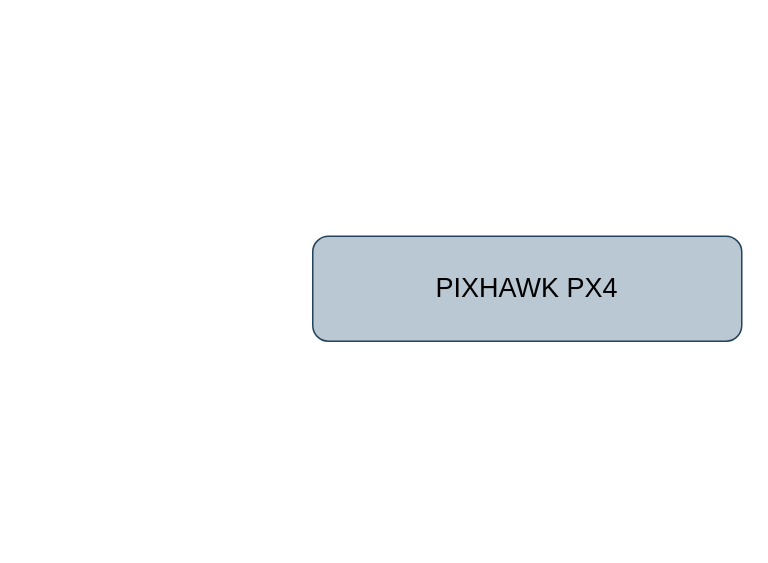
Earlier version of the draw.io diagram Model Satellite Diagrams/Communications-Diagram.drawio (mthaasen/My-Diagrams). Source tidied: cells renumbered, new cells numbered last; positions are measured from the earlier drawing's top-left corner, leaving out a move shared by most shapes. Both pictures are drawn from the tidied source at 150%, with x=0, y=0 at pixel (312, 236).
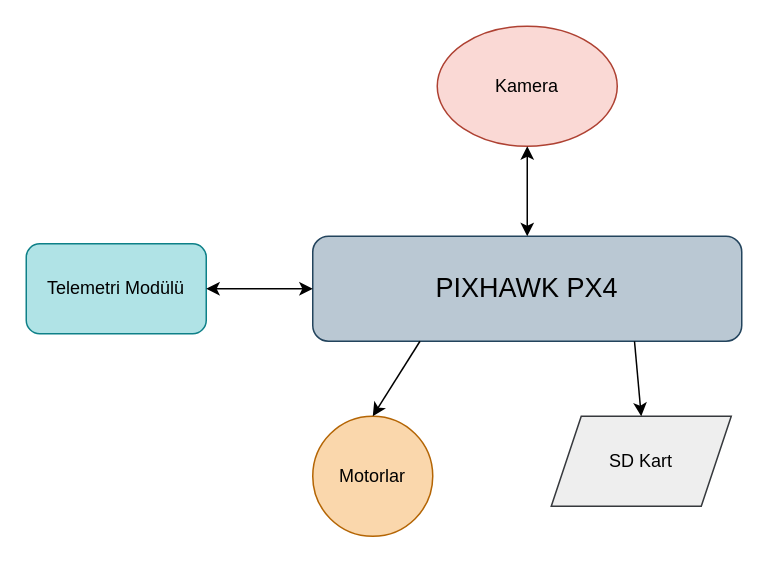
After the change.

What changed in the source:
```diff
@@
 <mxGraphModel>
   <root>
     <mxCell id="0" />
     <mxCell id="1" parent="0" />
     <mxCell id="2" value="&lt;font style=&quot;font-size: 18px&quot;&gt;PIXHAWK PX4&lt;/font&gt;" style="rounded=1;whiteSpace=wrap;html=1;fillColor=#bac8d3;strokeColor=#23445d;" parent="1" vertex="1">
       <mxGeometry width="286" height="70" as="geometry" />
     </mxCell>
+    <mxCell id="3" value="Kamera" style="ellipse;whiteSpace=wrap;html=1;fillColor=#fad9d5;strokeColor=#ae4132;" parent="1" vertex="1">
+      <mxGeometry x="83" y="-140" width="120" height="80" as="geometry" />
+    </mxCell>
+    <mxCell id="4" style="endArrow=classic;startArrow=classic;html=1;entryX=0.5;entryY=1;entryDx=0;entryDy=0;exitX=0.5;exitY=0;exitDx=0;exitDy=0;" parent="1" edge="1" source="2" target="3">
+      <mxGeometry relative="1" as="geometry" />
+    </mxCell>
+    <mxCell id="5" value="Telemetri Modülü" style="rounded=1;whiteSpace=wrap;html=1;fillColor=#b0e3e6;strokeColor=#0e8088;" parent="1" vertex="1">
+      <mxGeometry x="-191" y="5" width="120" height="60" as="geometry" />
+    </mxCell>
+    <mxCell id="6" style="endArrow=classic;startArrow=classic;html=1;entryX=0;entryY=0.5;entryDx=0;entryDy=0;exitX=1;exitY=0.5;exitDx=0;exitDy=0;" parent="1" edge="1" source="5" target="2">
+      <mxGeometry relative="1" as="geometry" />
+    </mxCell>
+    <mxCell id="7" value="Motorlar" style="ellipse;whiteSpace=wrap;html=1;fillColor=#fad7ac;strokeColor=#b46504;" parent="1" vertex="1">
+      <mxGeometry y="120" width="80" height="80" as="geometry" />
+    </mxCell>
+    <mxCell id="8" style="endArrow=classic;html=1;entryX=0.5;entryY=0;entryDx=0;entryDy=0;exitX=0.25;exitY=1;exitDx=0;exitDy=0;" parent="1" edge="1" source="2" target="7">
+      <mxGeometry relative="1" as="geometry" />
+    </mxCell>
+    <mxCell id="9" value="SD Kart" style="shape=parallelogram;perimeter=parallelogramPerimeter;whiteSpace=wrap;html=1;fixedSize=1;fillColor=#eeeeee;strokeColor=#36393d;" parent="1" vertex="1">
+      <mxGeometry x="159" y="120" width="120" height="60" as="geometry" />
+    </mxCell>
+    <mxCell id="10" style="endArrow=classic;html=1;entryX=0.5;entryY=0;entryDx=0;entryDy=0;exitX=0.75;exitY=1;exitDx=0;exitDy=0;" parent="1" edge="1" source="2" target="9">
+      <mxGeometry relative="1" as="geometry" />
+    </mxCell>
   </root>
 </mxGraphModel>
```
